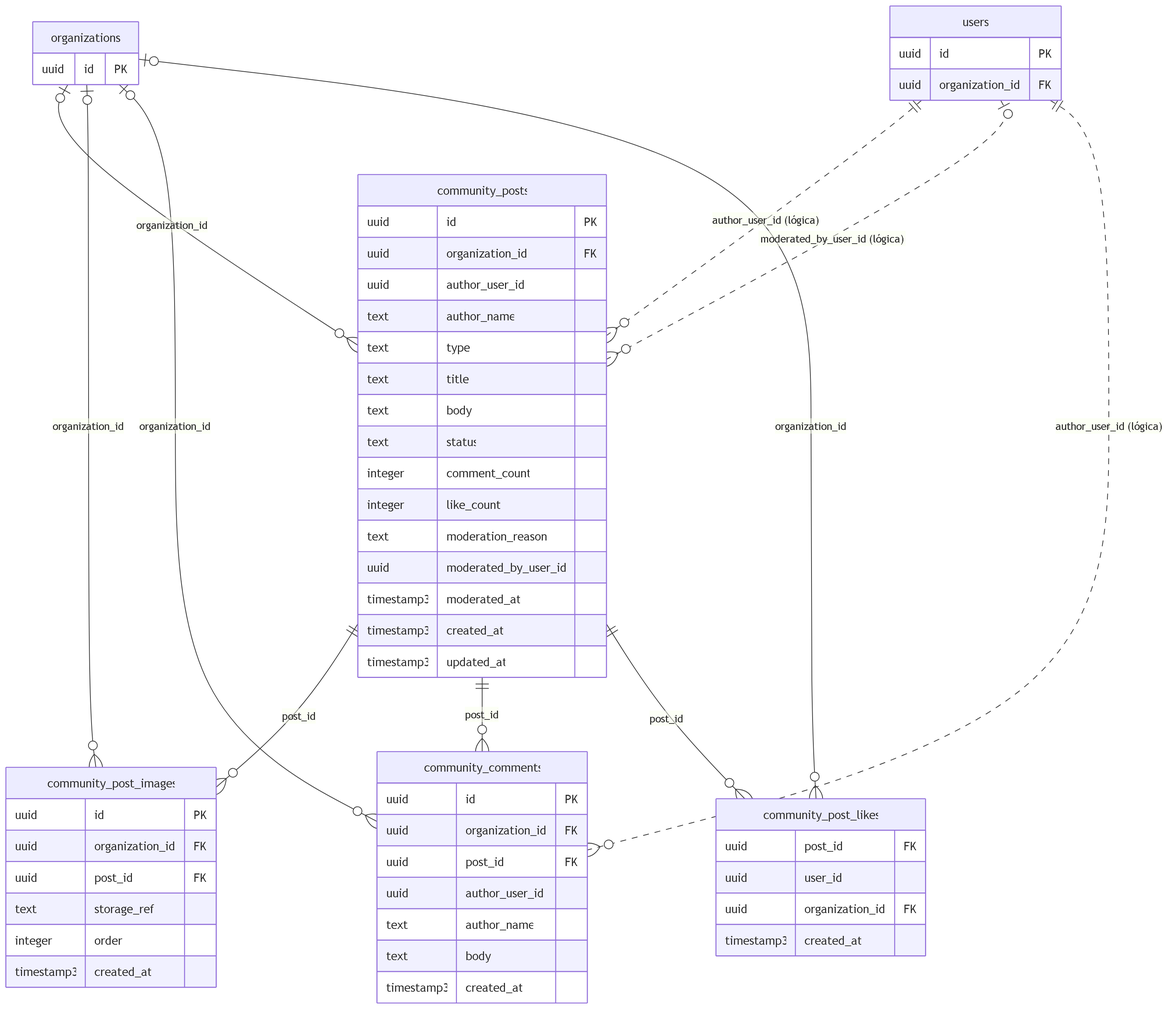
The Mermaid diagram docs/diccionario-datos/mer/mer-community.png in AGamez10/AdoptaFacil, before a commit. Its source is kept beside it as docs/diccionario-datos/mer/mer-community.mmd. Its diagram source:
```mermaid
erDiagram
  community_posts {
    uuid id PK
    uuid organization_id FK
    uuid author_user_id
    text author_name
    text type
    text title
    text body
    text status
    integer comment_count
    integer like_count
    text moderation_reason
    uuid moderated_by_user_id
    timestamp3 moderated_at
    timestamp3 created_at
    timestamp3 updated_at
  }
  community_post_images {
    uuid id PK
    uuid organization_id FK
    uuid post_id FK
    text storage_ref
    integer order
    timestamp3 created_at
  }
  community_comments {
    uuid id PK
    uuid organization_id FK
    uuid post_id FK
    uuid author_user_id
    text author_name
    text body
    timestamp3 created_at
  }
  community_post_likes {
    uuid post_id FK
    uuid user_id
    uuid organization_id FK
    timestamp3 created_at
  }
  organizations {
    uuid id PK
  }
  users {
    uuid id PK
    uuid organization_id FK
  }
  organizations |o--o{ community_posts : "organization_id"
  community_posts ||--o{ community_post_images : "post_id"
  organizations |o--o{ community_post_images : "organization_id"
  community_posts ||--o{ community_comments : "post_id"
  organizations |o--o{ community_comments : "organization_id"
  community_posts ||--o{ community_post_likes : "post_id"
  organizations |o--o{ community_post_likes : "organization_id"
  users ||..o{ community_posts : "author_user_id (lógica)"
  users |o..o{ community_posts : "moderated_by_user_id (lógica)"
  users ||..o{ community_comments : "author_user_id (lógica)"
```
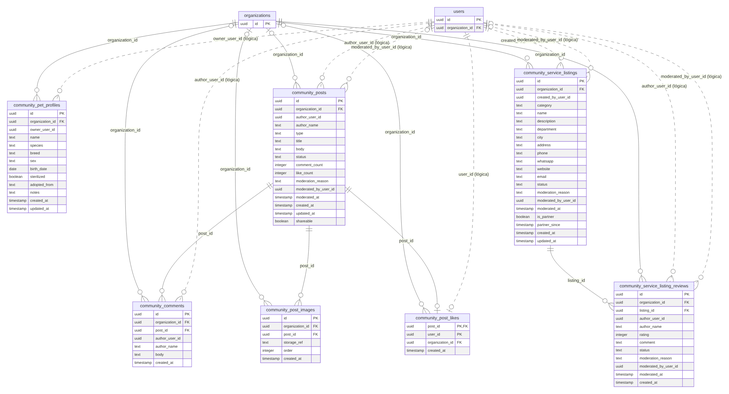
The same file after the commit.

Diff of the diagram source:
```diff
@@ -1,4 +1,42 @@
 erDiagram
+  community_comments {
+    uuid id PK
+    uuid organization_id FK
+    uuid post_id FK
+    uuid author_user_id
+    text author_name
+    text body
+    timestamp created_at
+  }
+  community_pet_profiles {
+    uuid id PK
+    uuid organization_id FK
+    uuid owner_user_id
+    text name
+    text species
+    text breed
+    text sex
+    date birth_date
+    boolean sterilized
+    text adopted_from
+    text notes
+    timestamp created_at
+    timestamp updated_at
+  }
+  community_post_images {
+    uuid id PK
+    uuid organization_id FK
+    uuid post_id FK
+    text storage_ref
+    integer order
+    timestamp created_at
+  }
+  community_post_likes {
+    uuid post_id PK,FK
+    uuid user_id PK
+    uuid organization_id FK
+    timestamp created_at
+  }
   community_posts {
     uuid id PK
     uuid organization_id FK
@@ -12,32 +50,47 @@
     integer like_count
     text moderation_reason
     uuid moderated_by_user_id
-    timestamp3 moderated_at
-    timestamp3 created_at
-    timestamp3 updated_at
+    timestamp moderated_at
+    timestamp created_at
+    timestamp updated_at
+    boolean shareable
   }
-  community_post_images {
+  community_service_listing_reviews {
     uuid id PK
     uuid organization_id FK
-    uuid post_id FK
-    text storage_ref
-    integer order
-    timestamp3 created_at
+    uuid listing_id FK
+    uuid author_user_id
+    text author_name
+    integer rating
+    text comment
+    text status
+    text moderation_reason
+    uuid moderated_by_user_id
+    timestamp moderated_at
+    timestamp created_at
   }
-  community_comments {
+  community_service_listings {
     uuid id PK
     uuid organization_id FK
-    uuid post_id FK
-    uuid author_user_id
-    text author_name
-    text body
-    timestamp3 created_at
-  }
-  community_post_likes {
-    uuid post_id FK
-    uuid user_id
-    uuid organization_id FK
-    timestamp3 created_at
+    uuid created_by_user_id
+    text category
+    text name
+    text description
+    text department
+    text city
+    text address
+    text phone
+    text whatsapp
+    text website
+    text email
+    text status
+    text moderation_reason
+    uuid moderated_by_user_id
+    timestamp moderated_at
+    boolean is_partner
+    timestamp partner_since
+    timestamp created_at
+    timestamp updated_at
   }
   organizations {
     uuid id PK
@@ -46,13 +99,23 @@
     uuid id PK
     uuid organization_id FK
   }
+  organizations |o--o{ community_comments : "organization_id"
+  community_posts ||--o{ community_comments : "post_id"
+  organizations ||--o{ community_pet_profiles : "organization_id"
+  organizations |o--o{ community_post_images : "organization_id"
+  community_posts ||--o{ community_post_images : "post_id"
+  organizations |o--o{ community_post_likes : "organization_id"
+  community_posts ||--o| community_post_likes : "post_id"
   organizations |o--o{ community_posts : "organization_id"
-  community_posts ||--o{ community_post_images : "post_id"
-  organizations |o--o{ community_post_images : "organization_id"
-  community_posts ||--o{ community_comments : "post_id"
-  organizations |o--o{ community_comments : "organization_id"
-  community_posts ||--o{ community_post_likes : "post_id"
-  organizations |o--o{ community_post_likes : "organization_id"
+  community_service_listings ||--o{ community_service_listing_reviews : "listing_id"
+  organizations ||--o{ community_service_listing_reviews : "organization_id"
+  organizations ||--o{ community_service_listings : "organization_id"
+  users ||..o{ community_comments : "author_user_id (lógica)"
+  users ||..o{ community_pet_profiles : "owner_user_id (lógica)"
+  users ||..o| community_post_likes : "user_id (lógica)"
   users ||..o{ community_posts : "author_user_id (lógica)"
   users |o..o{ community_posts : "moderated_by_user_id (lógica)"
-  users ||..o{ community_comments : "author_user_id (lógica)"
+  users ||..o{ community_service_listing_reviews : "author_user_id (lógica)"
+  users |o..o{ community_service_listing_reviews : "moderated_by_user_id (lógica)"
+  users ||..o{ community_service_listings : "created_by_user_id (lógica)"
+  users |o..o{ community_service_listings : "moderated_by_user_id (lógica)"
```
